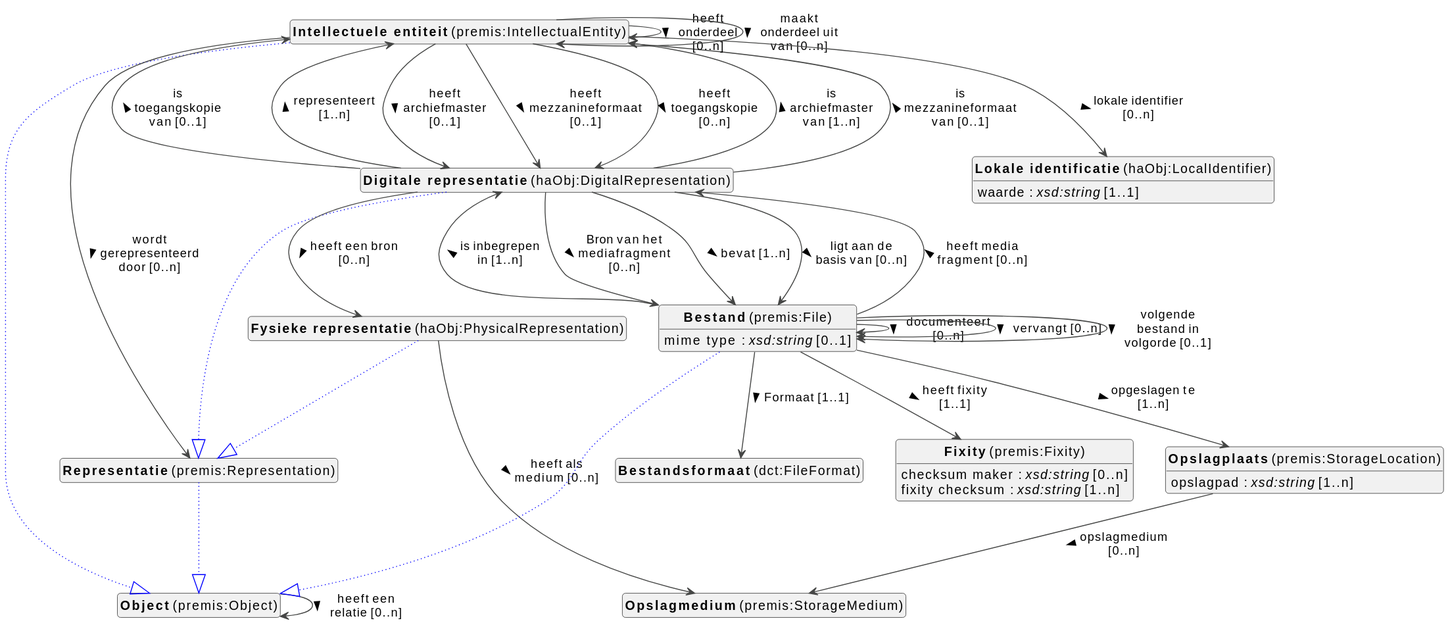
The PlantUML diagram docs/metadata/knowledge-graph/0.0.1/object/nl/object-diagram.svg in viaacode/documentation-jekyll, before a commit.
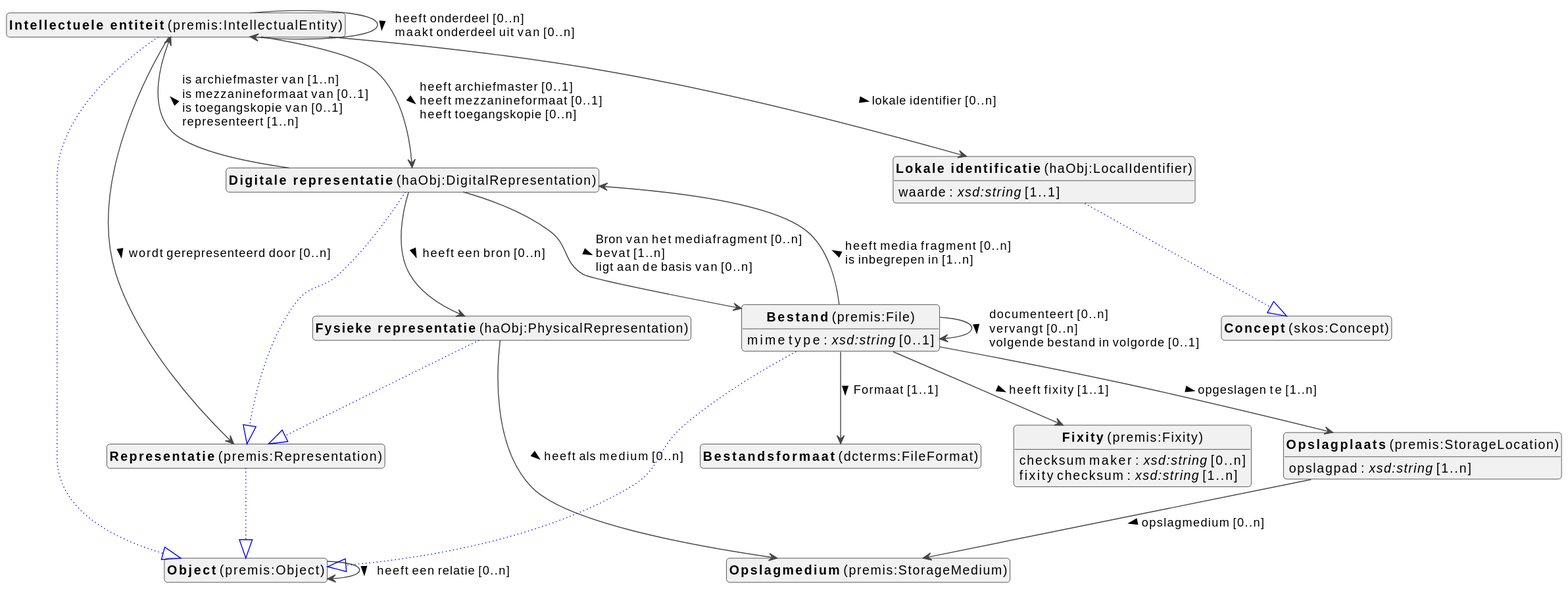
The same diagram one commit later.

What changed in the source:
```diff
@@ -3,7 +3,8 @@
 skinparam classFontSize 14
 !define LIGHTORANGE
 skinparam componentStyle uml2
-skinparam wrapMessageWidth 100
+skinparam wrapMessageWidth 1000
+skinparam wrapWidth 1000
 skinparam shadowing false
 skinparam ArrowMessageAlignment left
 
@@ -20,98 +21,62 @@
 class "<b>Fixity</b> (premis:Fixity)" as premis_Fixity [[#premis%3AFixity]]
 class "<b>Opslagplaats</b> (premis:StorageLocation)" as premis_StorageLocation [[#premis%3AStorageLocation]]
 class "<b>Lokale identificatie</b> (haObj:LocalIdentifier)" as haObj_LocalIdentifier [[#haObj%3ALocalIdentifier]]
-class "<b>Bestandsformaat</b> (dct:FileFormat)" as dct_FileFormat [[#dct%3AFileFormat]]
-class "<b>Opslagmedium</b> (premis:StorageMedium)" as premis_StorageMedium [[#premis%3AStorageMedium]]
+class "<b>Concept</b> (skos:Concept)" as skos_Concept [[#skos%3AConcept]]
 class "<b>Representatie</b> (premis:Representation)" as premis_Representation [[#premis%3ARepresentation]]
 class "<b>Object</b> (premis:Object)" as premis_Object [[#premis%3AObject]]
+class "<b>Bestandsformaat</b> (dcterms:FileFormat)" as dcterms_FileFormat [[#dcterms%3AFileFormat]]
+class "<b>Opslagmedium</b> (premis:StorageMedium)" as premis_StorageMedium [[#premis%3AStorageMedium]]
+
+
+premis_Object --> premis_Object :heeft een relatie [0..n]  >
+
+premis_IntellectualEntity --|> premis_Object #blue;line.dotted;text:blue
+
+premis_IntellectualEntity --> haObj_DigitalRepresentation :heeft archiefmaster [0..1]  \lheeft mezzanineformaat [0..1]  \lheeft toegangskopie [0..n]  >
+premis_IntellectualEntity --> haObj_LocalIdentifier :lokale identifier [0..n]  >
+premis_IntellectualEntity --> premis_IntellectualEntity :heeft onderdeel [0..n]  \lmaakt onderdeel uit van [0..n]  >
+premis_IntellectualEntity --> premis_Representation :wordt gerepresenteerd door [0..n]  >
+
+haObj_PhysicalRepresentation --|> premis_Representation #blue;line.dotted;text:blue
+
+haObj_PhysicalRepresentation --> premis_StorageMedium :heeft als medium [0..n]  >
+
+haObj_DigitalRepresentation --|> premis_Representation #blue;line.dotted;text:blue
+
+haObj_DigitalRepresentation --> haObj_PhysicalRepresentation :heeft een bron [0..n]  >
+haObj_DigitalRepresentation --> premis_File :Bron van het mediafragment [0..n]  \lbevat [1..n]  \lligt aan de basis van [0..n]  >
+haObj_DigitalRepresentation --> premis_IntellectualEntity :is archiefmaster van [1..n]  \lis mezzanineformaat van [0..1]  \lis toegangskopie van [0..1]  \lrepresenteert [1..n]  >
+
+premis_File --|> premis_Object #blue;line.dotted;text:blue
+
+premis_File : mime type : <i>xsd:string</i> [0..1]
+premis_File --> dcterms_FileFormat :Formaat [1..1]  >
+premis_File --> haObj_DigitalRepresentation :heeft media fragment [0..n]  \lis inbegrepen in [1..n]  >
+premis_File --> premis_File :documenteert [0..n]  \lvervangt [0..n]  \lvolgende bestand in volgorde [0..1]  >
+premis_File --> premis_Fixity :heeft fixity [1..1]  >
+premis_File --> premis_StorageLocation :opgeslagen te [1..n]  >
 
 
 
-premis_Object --> premis_Object : heeft een relatie [0..n] >
-
-premis_IntellectualEntity --|> premis_Object #blue;line.dotted;text:blue
-
-
-premis_IntellectualEntity --> haObj_DigitalRepresentation : heeft archiefmaster [0..1] >
-
-premis_IntellectualEntity --> haObj_DigitalRepresentation : heeft mezzanineformaat [0..1] >
-
-premis_IntellectualEntity --> premis_IntellectualEntity : heeft onderdeel [0..n] >
-
-premis_IntellectualEntity --> haObj_DigitalRepresentation : heeft toegangskopie [0..n] >
-
-premis_IntellectualEntity --> haObj_LocalIdentifier : lokale identifier [0..n] >
-
-premis_IntellectualEntity --> premis_IntellectualEntity : maakt onderdeel uit van [0..n] >
-
-premis_IntellectualEntity --> premis_Representation : wordt gerepresenteerd door [0..n] >
-
-haObj_PhysicalRepresentation --|> premis_Representation #blue;line.dotted;text:blue
-
-
-haObj_PhysicalRepresentation --> premis_StorageMedium : heeft als medium [0..n] >
-
-haObj_DigitalRepresentation --|> premis_Representation #blue;line.dotted;text:blue
-
-
-haObj_DigitalRepresentation --> premis_File : Bron van het mediafragment [0..n] >
-
-haObj_DigitalRepresentation --> premis_File : bevat [1..n] >
-
-haObj_DigitalRepresentation --> haObj_PhysicalRepresentation : heeft een bron [0..n] >
-
-haObj_DigitalRepresentation --> premis_IntellectualEntity : is archiefmaster van [1..n] >
-
-haObj_DigitalRepresentation --> premis_IntellectualEntity : is mezzanineformaat van [0..1] >
-
-haObj_DigitalRepresentation --> premis_IntellectualEntity : is toegangskopie van [0..1] >
-
-haObj_DigitalRepresentation --> premis_File : ligt aan de basis van [0..n] >
-
-haObj_DigitalRepresentation --> premis_IntellectualEntity : representeert [1..n] >
-
-premis_File --|> premis_Object #blue;line.dotted;text:blue
-
-
-premis_File --> dct_FileFormat : Formaat [1..1] >
-
-premis_File --> premis_File : documenteert [0..n] >
-
-premis_File --> premis_Fixity : heeft fixity [1..1] >
-
-premis_File --> haObj_DigitalRepresentation : heeft media fragment [0..n] >
-
-premis_File --> haObj_DigitalRepresentation : is inbegrepen in [1..n] >
-premis_File : mime type : <i>xsd:string</i> [0..1]
-
-
-premis_File --> premis_StorageLocation : opgeslagen te [1..n] >
-
-premis_File --> premis_File : vervangt [0..n] >
-
-premis_File --> premis_File : volgende bestand in volgorde [0..1] >
-
-
 premis_Fixity : checksum maker : <i>xsd:string</i> [0..n]
-
 premis_Fixity : fixity checksum : <i>xsd:string</i> [1..n]
 
 
 
-
-premis_StorageLocation --> premis_StorageMedium : opslagmedium [0..n] >
 premis_StorageLocation : opslagpad : <i>xsd:string</i> [1..n]
+premis_StorageLocation --> premis_StorageMedium :opslagmedium [0..n]  >
 
 
+haObj_LocalIdentifier --|> skos_Concept #blue;line.dotted;text:blue
 
 haObj_LocalIdentifier : waarde : <i>xsd:string</i> [1..1]
 
 
+premis_Representation --|> premis_Object #blue;line.dotted;text:blue
 
 
 
 
-premis_Representation --|> premis_Object #blue;line.dotted;text:blue
 
 
 
```
